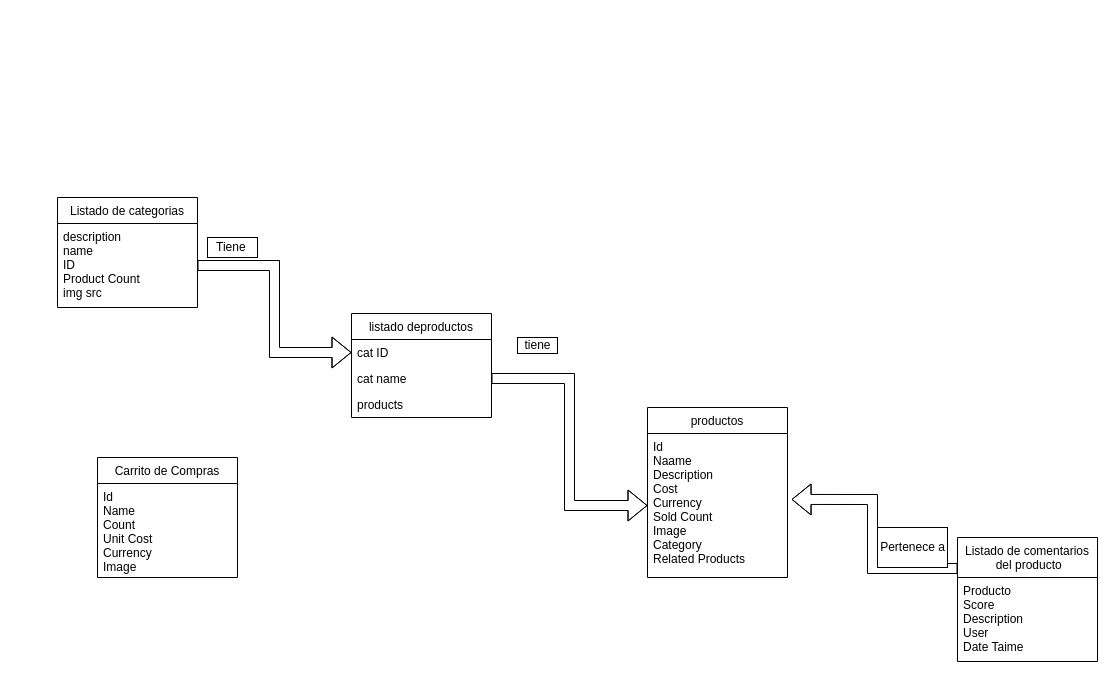
alina-surjan-trofo/primer-proyecto keeps this draw.io diagram as Diagrama sin título.drawio. Above is the earlier version. Source tidied: cells renumbered, new cells numbered last; positions are measured from the earlier drawing's top-left corner, leaving out a move shared by most shapes. Both pictures are drawn from the tidied source at 100%, with x=0, y=0 at pixel (57, 197).
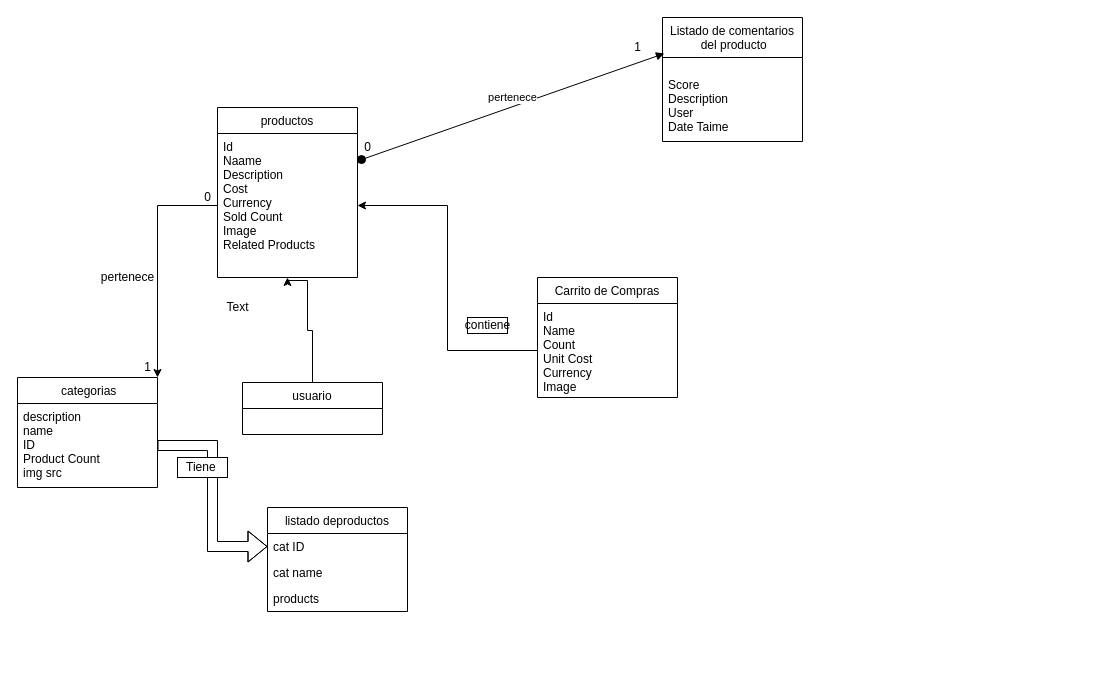
Above is the later version.

The change refers to these unchanged cells:
```xml
<mxCell id="6" value="cat name" style="text;strokeColor=none;fillColor=none;align=left;verticalAlign=top;spacingLeft=4;spacingRight=4;overflow=hidden;points=[[0,0.5],[1,0.5]];portConstraint=eastwest;" parent="4" vertex="1">
  <mxGeometry y="52" width="140" height="26" as="geometry" />
</mxCell>
<mxCell id="14" value="Id&#10;Name&#10;Count&#10;Unit Cost&#10;Currency&#10;Image" style="text;strokeColor=none;fillColor=none;align=left;verticalAlign=top;spacingLeft=4;spacingRight=4;overflow=hidden;points=[[0,0.5],[1,0.5]];portConstraint=eastwest;" parent="13" vertex="1">
  <mxGeometry y="26" width="140" height="94" as="geometry" />
</mxCell>
```

What changed in the source:
```diff
@@
-    <mxCell id="2" value="Listado de categorias" style="swimlane;fontStyle=0;horizontal=1;startSize=26;fillColor=none;" parent="1" vertex="1">
-      <mxGeometry width="140" height="110" as="geometry" />
+    <mxCell id="2" value=" categorias" style="swimlane;fontStyle=0;horizontal=1;startSize=26;fillColor=none;" parent="1" vertex="1">
+      <mxGeometry x="-40" y="180" width="140" height="110" as="geometry" />
     </mxCell>
@@
     <mxCell id="4" value="listado deproductos" style="swimlane;fontStyle=0;horizontal=1;startSize=26;fillColor=none;" parent="1" vertex="1">
-      <mxGeometry x="294" y="116" width="140" height="104" as="geometry" />
+      <mxGeometry x="210" y="310" width="140" height="104" as="geometry" />
     </mxCell>
@@
     <mxCell id="8" value="productos" style="swimlane;fontStyle=0;horizontal=1;startSize=26;fillColor=none;" parent="1" vertex="1">
-      <mxGeometry x="590" y="210" width="140" height="170" as="geometry" />
+      <mxGeometry x="160" y="-90" width="140" height="170" as="geometry" />
     </mxCell>
-    <mxCell id="9" value="Id&#10;Naame &#10;Description&#10;Cost&#10;Currency&#10;Sold Count&#10;Image&#10;Category&#10;Related Products" style="text;strokeColor=none;fillColor=none;align=left;verticalAlign=top;spacingLeft=4;spacingRight=4;overflow=hidden;points=[[0,0.5],[1,0.5]];portConstraint=eastwest;" parent="8" vertex="1">
+    <mxCell id="9" value="Id&#10;Naame &#10;Description&#10;Cost&#10;Currency&#10;Sold Count&#10;Image&#10;Related Products" style="text;strokeColor=none;fillColor=none;align=left;verticalAlign=top;spacingLeft=4;spacingRight=4;overflow=hidden;points=[[0,0.5],[1,0.5]];portConstraint=eastwest;" parent="8" vertex="1">
       <mxGeometry y="26" width="140" height="144" as="geometry" />
     </mxCell>
-    <mxCell id="10" style="edgeStyle=orthogonalEdgeStyle;shape=flexArrow;rounded=0;jettySize=auto;html=1;exitX=0;exitY=0.25;exitDx=0;exitDy=0;entryX=1.029;entryY=0.458;entryDx=0;entryDy=0;entryPerimeter=0;" parent="1" edge="1" source="11" target="9">
-      <mxGeometry relative="1" as="geometry" />
-    </mxCell>
     <mxCell id="11" value="Listado de comentarios&#10; del producto" style="swimlane;fontStyle=0;horizontal=1;startSize=40;fillColor=none;" parent="1" vertex="1">
-      <mxGeometry x="900" y="340" width="140" height="124" as="geometry" />
+      <mxGeometry x="605" y="-180" width="140" height="124" as="geometry" />
     </mxCell>
-    <mxCell id="12" value="Producto&#10;Score&#10;Description&#10;User &#10;Date Taime" style="text;strokeColor=none;fillColor=none;align=left;verticalAlign=top;spacingLeft=4;spacingRight=4;overflow=hidden;points=[[0,0.5],[1,0.5]];portConstraint=eastwest;" parent="11" vertex="1">
+    <mxCell id="12" value="&#10;Score&#10;Description&#10;User &#10;Date Taime" style="text;strokeColor=none;fillColor=none;align=left;verticalAlign=top;spacingLeft=4;spacingRight=4;overflow=hidden;points=[[0,0.5],[1,0.5]];portConstraint=eastwest;" parent="11" vertex="1">
       <mxGeometry y="40" width="140" height="84" as="geometry" />
     </mxCell>
     <mxCell id="13" value="Carrito de Compras" style="swimlane;fontStyle=0;horizontal=1;startSize=26;fillColor=none;" parent="1" vertex="1">
-      <mxGeometry x="40" y="260" width="140" height="120" as="geometry" />
+      <mxGeometry x="480" y="80" width="140" height="120" as="geometry" />
     </mxCell>
@@
-    <mxCell id="16" style="edgeStyle=orthogonalEdgeStyle;shape=flexArrow;rounded=0;jettySize=auto;html=1;" parent="1" edge="1" source="6" target="9">
-      <mxGeometry relative="1" as="geometry" />
-    </mxCell>
     <mxCell id="17" value="Tiene&amp;nbsp;" style="html=1;" parent="1" vertex="1">
-      <mxGeometry x="150" y="40" width="50" height="20" as="geometry" />
+      <mxGeometry x="120" y="260" width="50" height="20" as="geometry" />
     </mxCell>
-    <mxCell id="18" value="tiene" style="html=1;" parent="1" vertex="1">
-      <mxGeometry x="460" y="140" width="40" height="16" as="geometry" />
+    <mxCell id="18" value="contiene" style="html=1;" parent="1" vertex="1">
+      <mxGeometry x="410" y="120" width="40" height="16" as="geometry" />
     </mxCell>
-    <mxCell id="19" value="Pertenece a" style="html=1;" parent="1" vertex="1">
-      <mxGeometry x="820" y="330" width="70" height="40" as="geometry" />
-    </mxCell>
+    <mxCell id="20" style="edgeStyle=orthogonalEdgeStyle;rounded=0;jettySize=auto;html=1;" parent="1" edge="1" source="21" target="9">
+      <mxGeometry relative="1" as="geometry">
+        <Array as="points">
+          <mxPoint x="255" y="133" />
+          <mxPoint x="250" y="133" />
+          <mxPoint x="250" y="83" />
+          <mxPoint x="230" y="83" />
+        </Array>
+      </mxGeometry>
+    </mxCell>
+    <mxCell id="21" value="usuario" style="swimlane;fontStyle=0;horizontal=1;startSize=26;fillColor=none;" parent="1" vertex="1">
+      <mxGeometry x="185" y="185" width="140" height="52" as="geometry" />
+    </mxCell>
+    <mxCell id="22" value=" " style="text;strokeColor=none;fillColor=none;align=left;verticalAlign=top;spacingLeft=4;spacingRight=4;overflow=hidden;" parent="21" vertex="1">
+      <mxGeometry y="26" width="140" height="26" as="geometry" />
+    </mxCell>
+    <mxCell id="23" style="edgeStyle=orthogonalEdgeStyle;rounded=0;jettySize=auto;html=1;" parent="1" edge="1" source="14" target="9">
+      <mxGeometry relative="1" as="geometry" />
+    </mxCell>
+    <mxCell id="24" value="pertenece" style="text;html=1;align=center;verticalAlign=middle;strokeColor=none;fillColor=none;" parent="1" vertex="1">
+      <mxGeometry x="30" y="65" width="80" height="30" as="geometry" />
+    </mxCell>
+    <mxCell id="25" value="pertenece" style="html=1;verticalAlign=bottom;startArrow=oval;startFill=1;endArrow=block;startSize=8;rounded=0;exitX=1.029;exitY=0.181;exitDx=0;exitDy=0;exitPerimeter=0;entryX=0.014;entryY=-0.048;entryDx=0;entryDy=0;entryPerimeter=0;" parent="1" edge="1" source="9" target="12">
+      <mxGeometry relative="1" as="geometry" />
+    </mxCell>
+    <mxCell id="26" value="0" style="text;html=1;align=center;verticalAlign=middle;strokeColor=none;fillColor=none;" parent="1" vertex="1">
+      <mxGeometry x="295" y="-65" width="30" height="30" as="geometry" />
+    </mxCell>
+    <mxCell id="27" style="edgeStyle=orthogonalEdgeStyle;rounded=0;jettySize=auto;html=1;entryX=1;entryY=0;entryDx=0;entryDy=0;exitX=0;exitY=0.5;exitDx=0;exitDy=0;" parent="1" edge="1" source="9" target="2">
+      <mxGeometry relative="1" as="geometry" />
+    </mxCell>
+    <mxCell id="28" value="0" style="text;html=1;align=center;verticalAlign=middle;strokeColor=none;fillColor=none;" parent="1" vertex="1">
+      <mxGeometry x="135" y="-15" width="30" height="30" as="geometry" />
+    </mxCell>
+    <mxCell id="29" value="1" style="text;html=1;align=center;verticalAlign=middle;strokeColor=none;fillColor=none;" parent="1" vertex="1">
+      <mxGeometry x="75" y="155" width="30" height="30" as="geometry" />
+    </mxCell>
+    <mxCell id="30" value="1" style="text;html=1;align=center;verticalAlign=middle;strokeColor=none;fillColor=none;" parent="1" vertex="1">
+      <mxGeometry x="565" y="-165" width="30" height="30" as="geometry" />
+    </mxCell>
+    <mxCell id="31" value="Text" style="text;html=1;align=center;verticalAlign=middle;strokeColor=none;fillColor=none;rotation=0;" parent="1" vertex="1">
+      <mxGeometry x="160" y="100" width="40" height="20" as="geometry" />
+    </mxCell>
```
